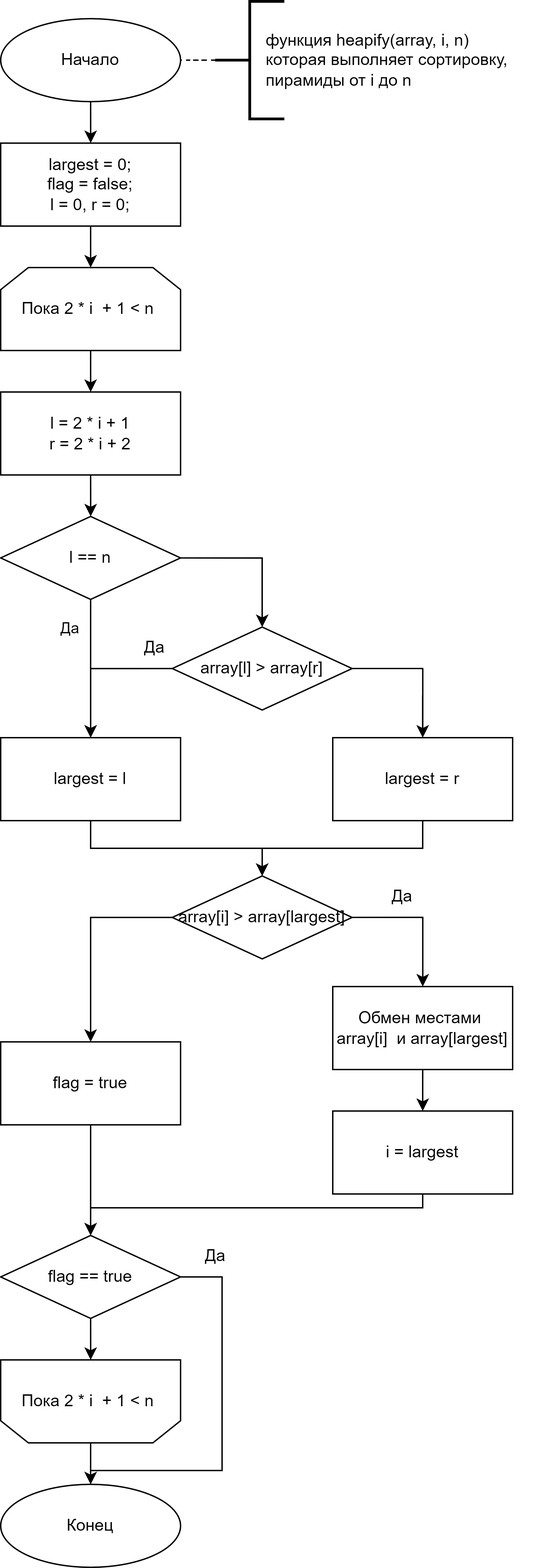
Earlier version of the draw.io export lab_03/docs/img/heap_2.png (Mansurow/bmstu-iu7-5sem-AA). Source tidied: cells renumbered, new cells last; positions are measured from the earlier drawing's top-left corner, leaving out a move shared by most shapes.
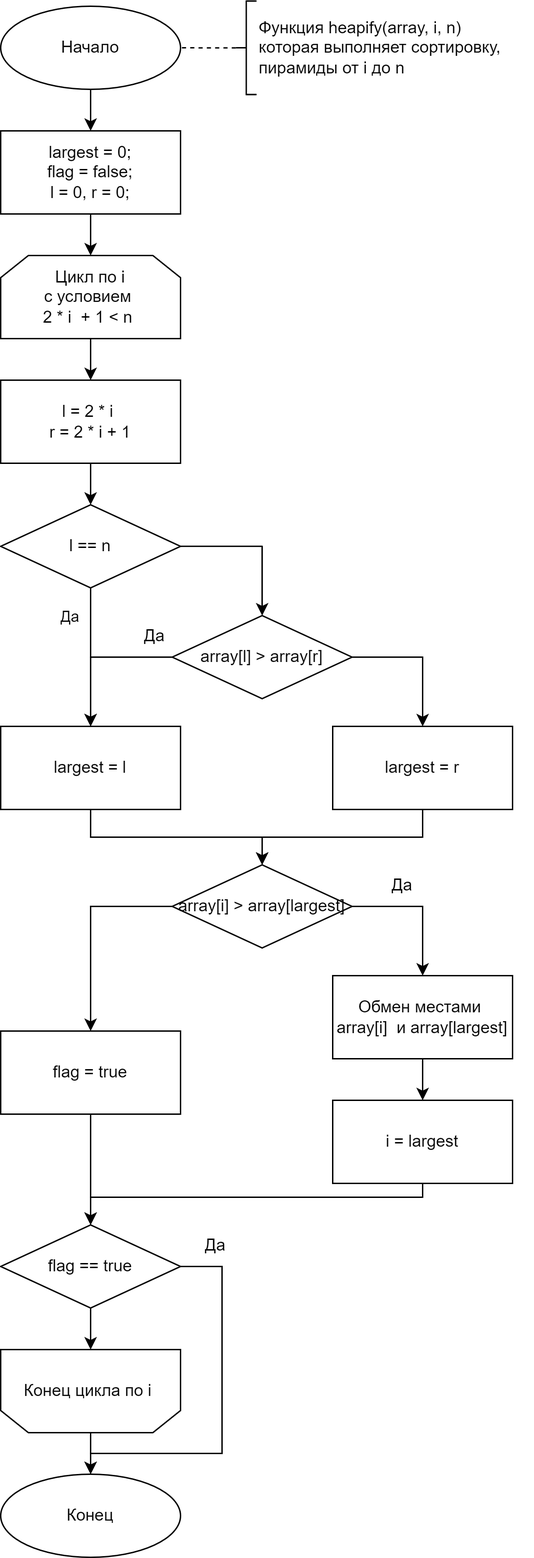
After the change.

What changed in the source:
```diff
@@ -14,13 +14,13 @@
     <mxCell id="5" style="edgeStyle=orthogonalEdgeStyle;rounded=0;jettySize=auto;html=1;exitX=0.5;exitY=1;exitDx=0;exitDy=0;entryX=0.5;entryY=0;entryDx=0;entryDy=0;fontSize=12;" parent="1" edge="1" source="6" target="8">
       <mxGeometry relative="1" as="geometry" />
     </mxCell>
-    <mxCell id="6" value="Пока 2 * i&amp;nbsp; + 1 &amp;lt; n&amp;nbsp;" style="shape=loopLimit;whiteSpace=wrap;html=1;" parent="1" vertex="1">
+    <mxCell id="6" value="Цикл по i&lt;br&gt;с условием &lt;br&gt;2 * i&amp;nbsp; + 1 &amp;lt; n&amp;nbsp;" style="shape=loopLimit;whiteSpace=wrap;html=1;" parent="1" vertex="1">
       <mxGeometry y="193" width="130" height="60" as="geometry" />
     </mxCell>
     <mxCell id="7" style="edgeStyle=orthogonalEdgeStyle;rounded=0;jettySize=auto;html=1;exitX=0.5;exitY=1;exitDx=0;exitDy=0;fontSize=12;" parent="1" edge="1" source="8" target="12">
       <mxGeometry relative="1" as="geometry" />
     </mxCell>
-    <mxCell id="8" value="l = 2 * i + 1&lt;br&gt;r = 2 * i + 2" style="rounded=0;whiteSpace=wrap;html=1;absoluteArcSize=1;arcSize=14;strokeWidth=1;" parent="1" vertex="1">
+    <mxCell id="8" value="l = 2 * i&amp;nbsp;&lt;br&gt;r = 2 * i + 1" style="rounded=0;whiteSpace=wrap;html=1;absoluteArcSize=1;arcSize=14;strokeWidth=1;" parent="1" vertex="1">
       <mxGeometry y="283" width="130" height="60" as="geometry" />
     </mxCell>
     <mxCell id="9" style="edgeStyle=orthogonalEdgeStyle;rounded=0;jettySize=auto;html=1;exitX=1;exitY=0.5;exitDx=0;exitDy=0;exitPerimeter=0;entryX=0.5;entryY=0;entryDx=0;entryDy=0;entryPerimeter=0;fontSize=12;" parent="1" edge="1" source="12" target="16">
@@ -101,7 +101,7 @@
     <mxCell id="29" style="edgeStyle=orthogonalEdgeStyle;rounded=0;jettySize=auto;html=1;exitX=0.5;exitY=1;exitDx=0;exitDy=0;entryX=0.5;entryY=0;entryDx=0;entryDy=0;entryPerimeter=0;fontSize=12;" parent="1" edge="1" source="30" target="4">
       <mxGeometry relative="1" as="geometry" />
     </mxCell>
-    <mxCell id="30" value="Пока 2 * i&amp;nbsp; + 1 &amp;lt; n&amp;nbsp;" style="shape=loopLimit;whiteSpace=wrap;html=1;flipV=1;" parent="1" vertex="1">
+    <mxCell id="30" value="Конец цикла по i&amp;nbsp;" style="shape=loopLimit;whiteSpace=wrap;html=1;flipV=1;" parent="1" vertex="1">
       <mxGeometry y="983" width="130" height="60" as="geometry" />
     </mxCell>
     <mxCell id="31" style="edgeStyle=orthogonalEdgeStyle;rounded=0;jettySize=auto;html=1;exitX=0.5;exitY=1;exitDx=0;exitDy=0;fontSize=12;entryX=0.5;entryY=0;entryDx=0;entryDy=0;entryPerimeter=0;" parent="1" edge="1" source="32" target="36">
@@ -117,8 +117,8 @@
       <mxGeometry relative="1" as="geometry">
         <Array as="points">
           <mxPoint x="160" y="923" />
-          <mxPoint x="160" y="1063" />
-          <mxPoint x="65" y="1063" />
+          <mxPoint x="160" y="1058" />
+          <mxPoint x="65" y="1058" />
         </Array>
       </mxGeometry>
     </mxCell>
@@ -139,11 +139,11 @@
     <mxCell id="39" style="edgeStyle=orthogonalEdgeStyle;rounded=0;jettySize=auto;html=1;fontSize=12;endArrow=none;endFill=0;dashed=1;" parent="1" edge="1" source="40" target="3">
       <mxGeometry relative="1" as="geometry" />
     </mxCell>
-    <mxCell id="40" style="strokeWidth=2;html=1;shape=mxgraph.flowchart.annotation_2;align=left;labelPosition=right;rounded=0;fontSize=12;" parent="1" vertex="1">
-      <mxGeometry x="155" y="0.5" width="50" height="85" as="geometry" />
+    <mxCell id="40" style="strokeWidth=1;html=1;shape=mxgraph.flowchart.annotation_2;align=left;labelPosition=right;rounded=0;fontSize=12;" parent="1" vertex="1">
+      <mxGeometry x="170" y="9.2" width="15" height="67.5" as="geometry" />
     </mxCell>
-    <mxCell id="41" value="функция heapify(array, i, n)&lt;br&gt;которая выполняет сортировку,&lt;br&gt;пирамиды от i до n" style="text;html=1;align=left;verticalAlign=middle;strokeColor=none;fillColor=none;fontSize=12;" parent="1" vertex="1">
-      <mxGeometry x="190" y="13" width="200" height="60" as="geometry" />
+    <mxCell id="41" value="Функция heapify(array, i, n)&lt;br&gt;которая выполняет сортировку,&lt;br&gt;пирамиды от i до n" style="text;html=1;align=left;verticalAlign=middle;strokeColor=none;fillColor=none;fontSize=12;" parent="1" vertex="1">
+      <mxGeometry x="185" y="13" width="200" height="60" as="geometry" />
     </mxCell>
   </root>
 </mxGraphModel>
```
